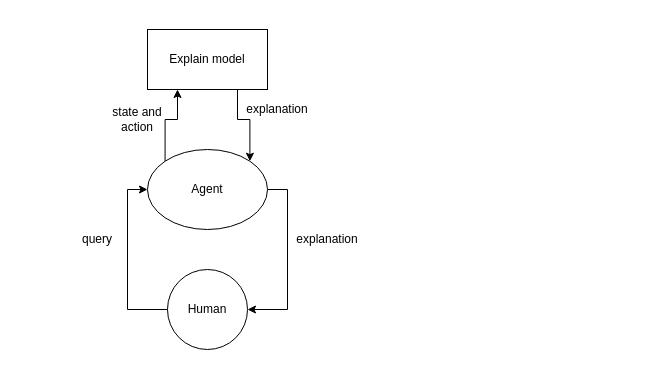
bobkatla/Honours_SafeRLWithXAI keeps this draw.io diagram as figs/HumanQuery.drawio. Above is the earlier version. Source tidied: cells renumbered, new cells numbered last; positions are measured from the earlier drawing's top-left corner, leaving out a move shared by most shapes. Both pictures are drawn from the tidied source at 100%, with x=0, y=0 at pixel (77, 29).
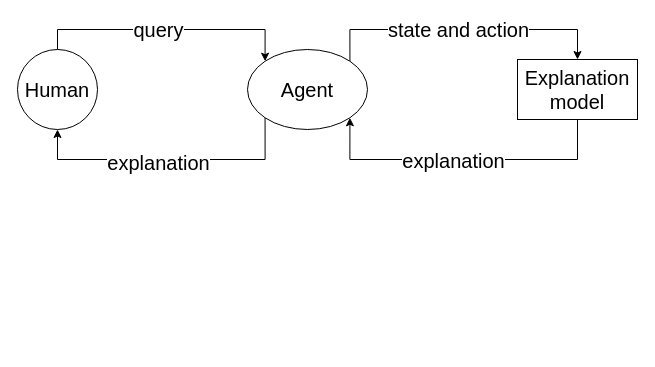
Above is the later version.

Change to the diagram source:
```diff
@@
 <mxGraphModel>
   <root>
     <mxCell id="0" />
     <mxCell id="1" parent="0" />
+    <mxCell id="3" style="edgeStyle=orthogonalEdgeStyle;rounded=0;jettySize=auto;html=1;exitX=1;exitY=0;exitDx=0;exitDy=0;entryX=0.5;entryY=0;entryDx=0;entryDy=0;fontSize=20;" parent="1" edge="1" source="4" target="6">
+      <mxGeometry relative="1" as="geometry">
+        <Array as="points">
+          <mxPoint x="272" />
+          <mxPoint x="500" />
+        </Array>
+      </mxGeometry>
+    </mxCell>
+    <mxCell id="9" value="state and action" style="edgeLabel;html=1;align=center;verticalAlign=middle;fontSize=20;" parent="3" vertex="1">
+      <mxGeometry x="-0.2" y="1" relative="1" as="geometry">
+        <mxPoint x="24" as="offset" />
+      </mxGeometry>
+    </mxCell>
-    <mxCell id="2" style="edgeStyle=orthogonalEdgeStyle;rounded=0;jettySize=auto;html=1;exitX=1;exitY=0.5;exitDx=0;exitDy=0;entryX=1;entryY=0.5;entryDx=0;entryDy=0;" parent="1" edge="1" source="4" target="8">
-      <mxGeometry relative="1" as="geometry" />
+    <mxCell id="2" style="edgeStyle=orthogonalEdgeStyle;rounded=0;jettySize=auto;html=1;exitX=0;exitY=1;exitDx=0;exitDy=0;entryX=0.5;entryY=1;entryDx=0;entryDy=0;fontSize=20;" parent="1" edge="1" source="4" target="8">
+      <mxGeometry relative="1" as="geometry">
+        <Array as="points">
+          <mxPoint x="188" y="130" />
+          <mxPoint x="-20" y="130" />
+        </Array>
+      </mxGeometry>
     </mxCell>
-    <mxCell id="3" style="edgeStyle=orthogonalEdgeStyle;rounded=0;jettySize=auto;html=1;exitX=0;exitY=0;exitDx=0;exitDy=0;entryX=0.25;entryY=1;entryDx=0;entryDy=0;" parent="1" edge="1" source="4" target="6">
-      <mxGeometry relative="1" as="geometry" />
-    </mxCell>
+    <mxCell id="13" value="explanation" style="edgeLabel;html=1;align=center;verticalAlign=middle;fontSize=20;" parent="2" vertex="1">
+      <mxGeometry x="0.19" y="2" relative="1" as="geometry">
+        <mxPoint x="17" as="offset" />
+      </mxGeometry>
+    </mxCell>
-    <mxCell id="4" value="Agent" style="ellipse;whiteSpace=wrap;html=1;" parent="1" vertex="1">
-      <mxGeometry x="70" y="120" width="120" height="80" as="geometry" />
+    <mxCell id="4" value="Agent" style="ellipse;whiteSpace=wrap;html=1;fontSize=20;" parent="1" vertex="1">
+      <mxGeometry x="170" y="20" width="120" height="80" as="geometry" />
     </mxCell>
-    <mxCell id="5" style="edgeStyle=orthogonalEdgeStyle;rounded=0;jettySize=auto;html=1;exitX=0.75;exitY=1;exitDx=0;exitDy=0;entryX=1;entryY=0;entryDx=0;entryDy=0;" parent="1" edge="1" source="6" target="4">
-      <mxGeometry relative="1" as="geometry" />
+    <mxCell id="5" style="edgeStyle=orthogonalEdgeStyle;rounded=0;jettySize=auto;html=1;exitX=0.5;exitY=1;exitDx=0;exitDy=0;entryX=1;entryY=1;entryDx=0;entryDy=0;fontSize=20;" parent="1" edge="1" source="6" target="4">
+      <mxGeometry relative="1" as="geometry">
+        <Array as="points">
+          <mxPoint x="500" y="130" />
+          <mxPoint x="272" y="130" />
+        </Array>
+      </mxGeometry>
     </mxCell>
+    <mxCell id="14" value="explanation" style="edgeLabel;html=1;align=center;verticalAlign=middle;fontSize=20;" parent="5" vertex="1">
+      <mxGeometry x="0.07" relative="1" as="geometry" />
+    </mxCell>
-    <mxCell id="6" value="Explain model" style="rounded=0;whiteSpace=wrap;html=1;" parent="1" vertex="1">
-      <mxGeometry x="70" width="120" height="60" as="geometry" />
+    <mxCell id="6" value="Explanation model" style="rounded=0;whiteSpace=wrap;html=1;fontSize=20;" parent="1" vertex="1">
+      <mxGeometry x="440" y="30" width="120" height="60" as="geometry" />
     </mxCell>
-    <mxCell id="7" style="edgeStyle=orthogonalEdgeStyle;rounded=0;jettySize=auto;html=1;entryX=0;entryY=0.5;entryDx=0;entryDy=0;" parent="1" edge="1" source="8" target="4">
-      <mxGeometry relative="1" as="geometry">
-        <Array as="points">
-          <mxPoint x="50" y="280" />
-          <mxPoint x="50" y="160" />
-        </Array>
-      </mxGeometry>
-    </mxCell>
+    <mxCell id="11" value="query" style="edgeStyle=orthogonalEdgeStyle;rounded=0;jettySize=auto;html=1;exitX=0.5;exitY=0;exitDx=0;exitDy=0;entryX=0;entryY=0;entryDx=0;entryDy=0;fontSize=20;" parent="1" edge="1" source="8" target="4">
+      <mxGeometry x="-0.07" relative="1" as="geometry">
+        <Array as="points">
+          <mxPoint x="-20" />
+          <mxPoint x="188" />
+        </Array>
+      </mxGeometry>
+    </mxCell>
-    <mxCell id="8" value="Human" style="ellipse;whiteSpace=wrap;html=1;" parent="1" vertex="1">
-      <mxGeometry x="90" y="240" width="80" height="80" as="geometry" />
+    <mxCell id="8" value="Human" style="ellipse;whiteSpace=wrap;html=1;fontSize=20;" parent="1" vertex="1">
+      <mxGeometry x="-60" y="20" width="80" height="80" as="geometry" />
     </mxCell>
-    <mxCell id="9" value="state and action" style="text;html=1;strokeColor=none;fillColor=none;align=center;verticalAlign=middle;whiteSpace=wrap;rounded=0;" parent="1" vertex="1">
-      <mxGeometry x="30" y="80" width="60" height="20" as="geometry" />
-    </mxCell>
-    <mxCell id="10" value="explanation" style="text;html=1;strokeColor=none;fillColor=none;align=center;verticalAlign=middle;whiteSpace=wrap;rounded=0;" parent="1" vertex="1">
-      <mxGeometry x="180" y="70" width="40" height="20" as="geometry" />
-    </mxCell>
-    <mxCell id="11" value="query" style="text;html=1;strokeColor=none;fillColor=none;align=center;verticalAlign=middle;whiteSpace=wrap;rounded=0;" parent="1" vertex="1">
-      <mxGeometry y="200" width="40" height="20" as="geometry" />
-    </mxCell>
-    <mxCell id="12" value="explanation" style="text;html=1;strokeColor=none;fillColor=none;align=center;verticalAlign=middle;whiteSpace=wrap;rounded=0;" parent="1" vertex="1">
-      <mxGeometry x="230" y="200" width="40" height="20" as="geometry" />
-    </mxCell>
   </root>
 </mxGraphModel>
```
